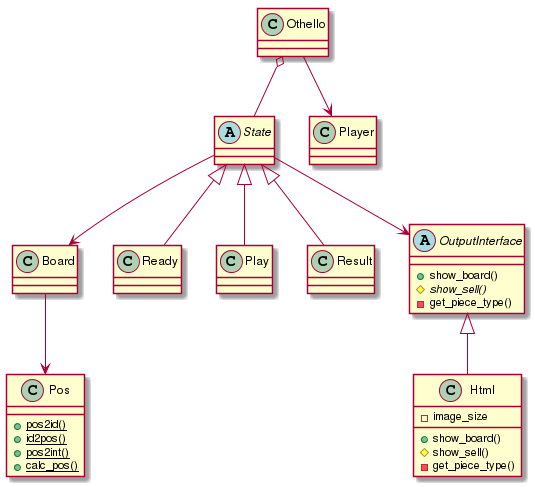
MaxMEllon/AppBox keeps this PlantUML diagram as uml/othello.png. Above is the earlier version.
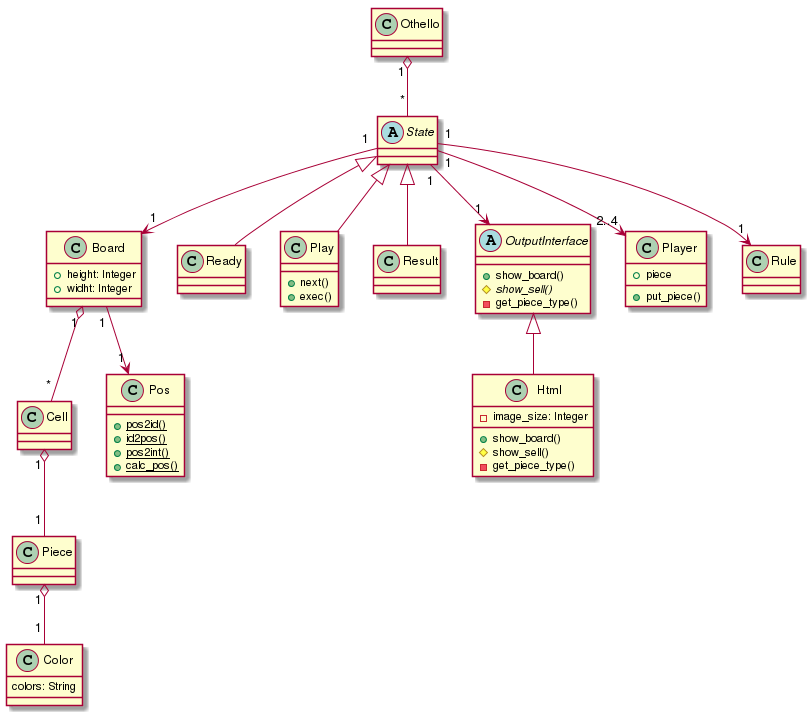
After the commit.

The edit, as a diff of the source:
```diff
@@ -7,6 +7,17 @@
 }
 
 class Board {
+  +height: Integer
+  +widht: Integer
+}
+
+class Cell {
+}
+
+class Piece {
+}
+class Color {
+  colors: String
 }
 
 class Pos {
@@ -20,6 +31,8 @@
 }
 
 class Play {
+  +next()
+  +exec()
 }
 
 class Result {
@@ -32,23 +45,32 @@
 }
 
 class Html {
-  -image_size
+  -image_size: Integer
 
   +show_board()
   #show_sell()
   -get_piece_type()
 }
+class Player {
+  +piece
+  +put_piece()
+}
 
-Othello o-- State
-Othello --> Player
+Othello "1" o-- "*" State
 
 State <|-- Ready
 State <|-- Play
 State <|-- Result
-State --> OutputInterface
-State --> Board
+State "1" --> "1" OutputInterface
+State "1" --> "1" Board
+State "1" --> "2..4" Player
+State "1" --> "1" Rule
 
-Board --> Pos
+Board "1" --> "1" Pos
+Board "1" o-- "*" Cell
+
+Cell "1" o-- "1" Piece
+Piece "1" o-- "1" Color
 
 OutputInterface <|-- Html
 
```
